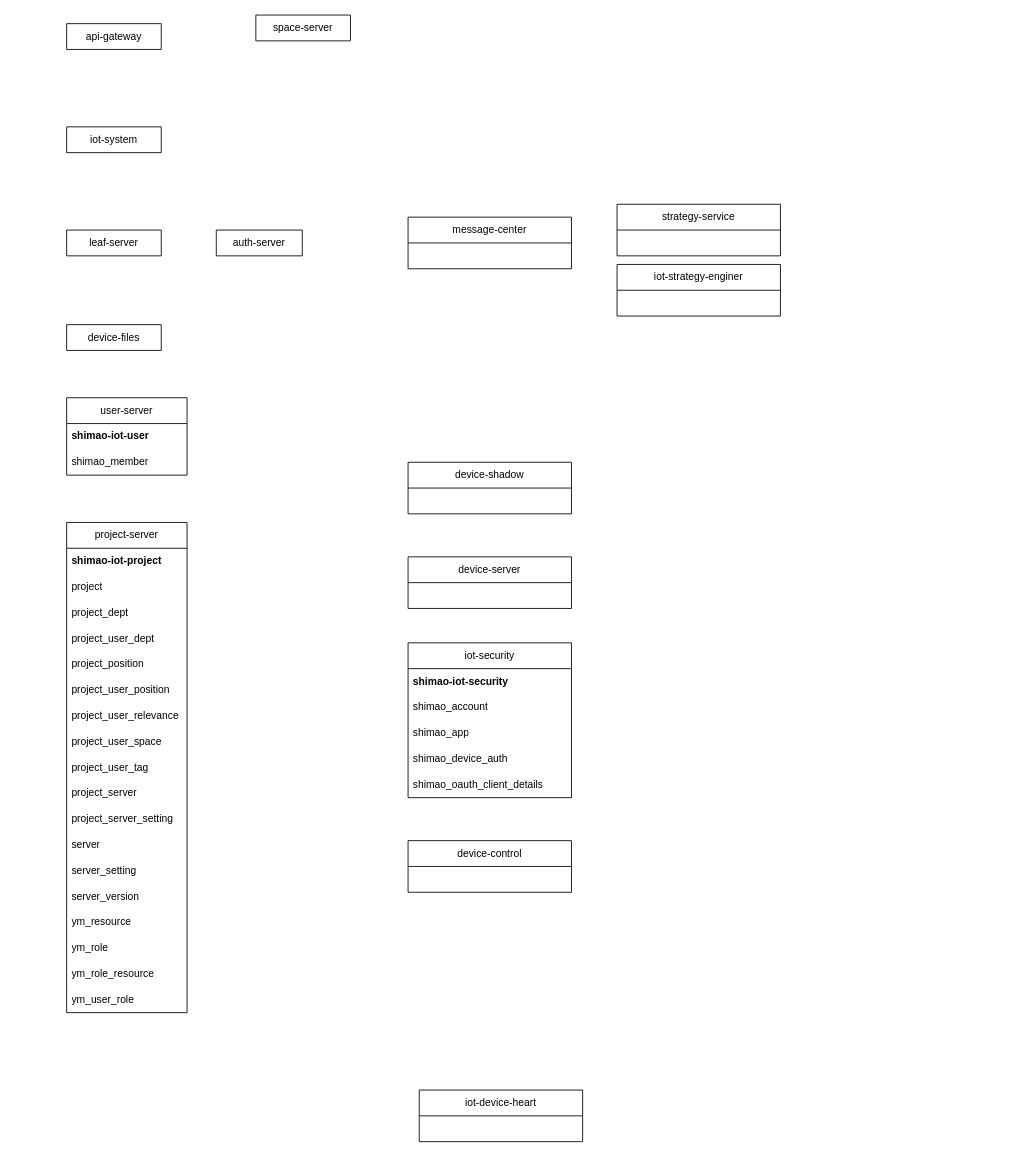
This is yzs/IOT服务精简.drawio from yanglei1992/documents, a draw.io file, before an edit. Source tidied: cells renumbered, new cells numbered last; positions are measured from the earlier drawing's top-left corner, leaving out a move shared by most shapes. Both pictures are drawn from the tidied source at 86%, with x=0, y=0 at pixel (66, 15).
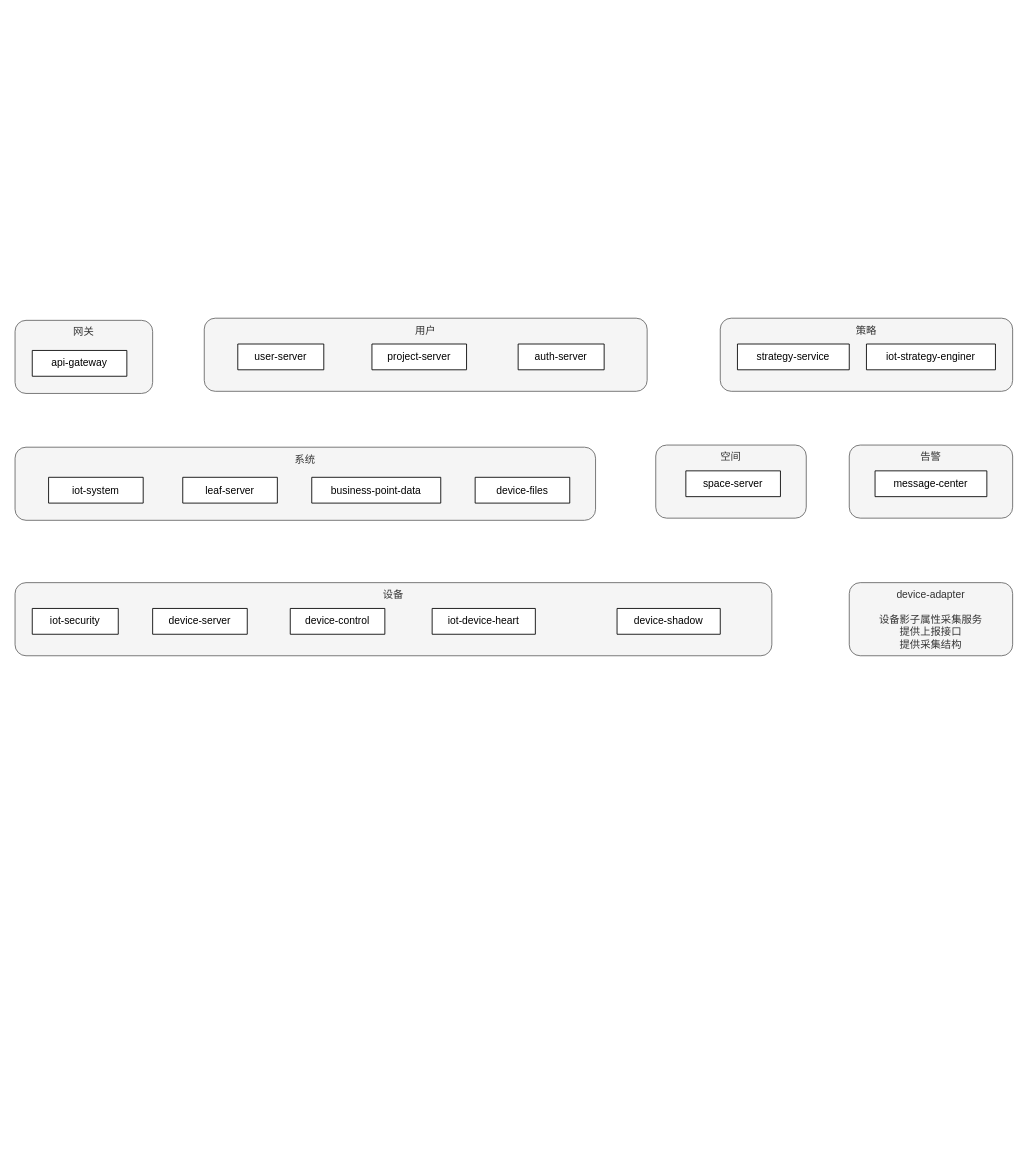
The same diagram, later.

Commit message:
更新IOT服务精简.drawio

The edit, as a diff of the source:
```diff
@@
+    <mxCell id="43" value="空间" style="rounded=1;whiteSpace=wrap;html=1;horizontal=1;verticalAlign=top;fillColor=#f5f5f5;fontColor=#333333;strokeColor=#666666;" parent="1" vertex="1">
+      <mxGeometry x="685" y="500" width="175" height="85" as="geometry" />
+    </mxCell>
+    <mxCell id="44" value="用户" style="rounded=1;whiteSpace=wrap;html=1;horizontal=1;verticalAlign=top;fillColor=#f5f5f5;fontColor=#333333;strokeColor=#666666;" parent="1" vertex="1">
+      <mxGeometry x="160" y="352.5" width="515" height="85" as="geometry" />
+    </mxCell>
+    <mxCell id="45" value="设备" style="rounded=1;whiteSpace=wrap;html=1;horizontal=1;verticalAlign=top;fillColor=#f5f5f5;fontColor=#333333;strokeColor=#666666;" parent="1" vertex="1">
+      <mxGeometry x="-60" y="660" width="880" height="85" as="geometry" />
+    </mxCell>
+    <mxCell id="46" value="策略" style="rounded=1;whiteSpace=wrap;html=1;horizontal=1;verticalAlign=top;fillColor=#f5f5f5;fontColor=#333333;strokeColor=#666666;" parent="1" vertex="1">
+      <mxGeometry x="760" y="352.5" width="340" height="85" as="geometry" />
+    </mxCell>
+    <mxCell id="47" value="告警" style="rounded=1;whiteSpace=wrap;html=1;horizontal=1;verticalAlign=top;fillColor=#f5f5f5;fontColor=#333333;strokeColor=#666666;" parent="1" vertex="1">
+      <mxGeometry x="910" y="500" width="190" height="85" as="geometry" />
+    </mxCell>
+    <mxCell id="48" value="系统" style="rounded=1;whiteSpace=wrap;html=1;horizontal=1;verticalAlign=top;fillColor=#f5f5f5;fontColor=#333333;strokeColor=#666666;" parent="1" vertex="1">
+      <mxGeometry x="-60" y="502.5" width="675" height="85" as="geometry" />
+    </mxCell>
+    <mxCell id="49" value="网关" style="rounded=1;whiteSpace=wrap;html=1;horizontal=1;verticalAlign=top;fillColor=#f5f5f5;fontColor=#333333;strokeColor=#666666;" parent="1" vertex="1">
+      <mxGeometry x="-60" y="355" width="160" height="85" as="geometry" />
+    </mxCell>
     <mxCell id="2" value="space-server" style="swimlane;fontStyle=0;horizontal=1;startSize=30;whiteSpace=wrap;html=1;" parent="1" vertex="1" collapsed="1">
-      <mxGeometry x="220" width="110" height="30" as="geometry" />
+      <mxGeometry x="720" y="530" width="110" height="30" as="geometry" />
     </mxCell>
     <mxCell id="3" value="api-gateway" style="swimlane;fontStyle=0;horizontal=1;startSize=30;whiteSpace=wrap;html=1;" parent="1" vertex="1" collapsed="1">
-      <mxGeometry y="10" width="110" height="30" as="geometry" />
+      <mxGeometry x="-40" y="390" width="110" height="30" as="geometry" />
     </mxCell>
     <mxCell id="4" value="iot-system" style="swimlane;fontStyle=0;horizontal=1;startSize=30;whiteSpace=wrap;html=1;" parent="1" vertex="1" collapsed="1">
-      <mxGeometry y="130" width="110" height="30" as="geometry" />
+      <mxGeometry x="-21" y="537.5" width="110" height="30" as="geometry" />
     </mxCell>
     <mxCell id="5" value="leaf-server" style="swimlane;fontStyle=0;horizontal=1;startSize=30;whiteSpace=wrap;html=1;" parent="1" vertex="1" collapsed="1">
-      <mxGeometry y="250" width="110" height="30" as="geometry" />
+      <mxGeometry x="135" y="537.5" width="110" height="30" as="geometry" />
     </mxCell>
     <mxCell id="6" value="device-files" style="swimlane;fontStyle=0;horizontal=1;startSize=30;whiteSpace=wrap;html=1;" parent="1" vertex="1" collapsed="1">
-      <mxGeometry y="360" width="110" height="30" as="geometry" />
+      <mxGeometry x="475" y="537.5" width="110" height="30" as="geometry" />
     </mxCell>
-    <mxCell id="7" value="device-server" style="swimlane;fontStyle=0;horizontal=1;startSize=30;whiteSpace=wrap;html=1;" parent="1" vertex="1">
-      <mxGeometry x="397" y="630" width="190" height="60" as="geometry" />
+    <mxCell id="7" value="device-server" style="swimlane;fontStyle=0;horizontal=1;startSize=30;whiteSpace=wrap;html=1;" parent="1" vertex="1" collapsed="1">
+      <mxGeometry x="100" y="690" width="110" height="30" as="geometry" />
     </mxCell>
-    <mxCell id="8" value="device-shadow" style="swimlane;fontStyle=0;horizontal=1;startSize=30;whiteSpace=wrap;html=1;" parent="1" vertex="1">
-      <mxGeometry x="397" y="520" width="190" height="60" as="geometry" />
-    </mxCell>
-    <mxCell id="9" value="device-control" style="swimlane;fontStyle=0;horizontal=1;startSize=30;whiteSpace=wrap;html=1;" parent="1" vertex="1">
-      <mxGeometry x="397" y="960" width="190" height="60" as="geometry" />
+    <mxCell id="9" value="device-control" style="swimlane;fontStyle=0;horizontal=1;startSize=30;whiteSpace=wrap;html=1;" parent="1" vertex="1" collapsed="1">
+      <mxGeometry x="260" y="690" width="110" height="30" as="geometry" />
     </mxCell>
-    <mxCell id="10" value="message-center" style="swimlane;fontStyle=0;horizontal=1;startSize=30;whiteSpace=wrap;html=1;" parent="1" vertex="1">
-      <mxGeometry x="397" y="235" width="190" height="60" as="geometry" />
-    </mxCell>
-    <mxCell id="11" value="iot-device-heart" style="swimlane;fontStyle=0;horizontal=1;startSize=30;whiteSpace=wrap;html=1;" parent="1" vertex="1">
-      <mxGeometry x="410" y="1250" width="190" height="60" as="geometry" />
-    </mxCell>
-    <mxCell id="12" value="iot-strategy-enginer" style="swimlane;fontStyle=0;horizontal=1;startSize=30;whiteSpace=wrap;html=1;" parent="1" vertex="1">
-      <mxGeometry x="640" y="290" width="190" height="60" as="geometry" />
+    <mxCell id="12" value="iot-strategy-enginer" style="swimlane;fontStyle=0;horizontal=1;startSize=30;whiteSpace=wrap;html=1;" parent="1" vertex="1" collapsed="1">
+      <mxGeometry x="930" y="382.5" width="150" height="30" as="geometry" />
     </mxCell>
-    <mxCell id="13" value="strategy-service" style="swimlane;fontStyle=0;horizontal=1;startSize=30;whiteSpace=wrap;html=1;" parent="1" vertex="1">
-      <mxGeometry x="640" y="220" width="190" height="60" as="geometry" />
-    </mxCell>
-    <mxCell id="14" value="user-server" style="swimlane;fontStyle=0;horizontal=1;startSize=30;whiteSpace=wrap;html=1;" parent="1" vertex="1">
-      <mxGeometry y="445" width="140" height="90" as="geometry" />
+    <mxCell id="14" value="user-server" style="swimlane;fontStyle=0;horizontal=1;startSize=30;whiteSpace=wrap;html=1;" parent="1" vertex="1" collapsed="1">
+      <mxGeometry x="199" y="382.5" width="100" height="30" as="geometry" />
     </mxCell>
-    <mxCell id="15" value="shimao-iot-user" style="text;strokeColor=none;fillColor=none;align=left;verticalAlign=middle;spacingLeft=4;spacingRight=4;overflow=hidden;whiteSpace=wrap;html=1;fontStyle=1;" parent="14" vertex="1">
-      <mxGeometry y="30" width="140" height="30" as="geometry" />
-    </mxCell>
-    <mxCell id="16" value="shimao_member" style="text;strokeColor=none;fillColor=none;align=left;verticalAlign=middle;spacingLeft=4;spacingRight=4;overflow=hidden;whiteSpace=wrap;html=1;" parent="14" vertex="1">
-      <mxGeometry y="60" width="140" height="30" as="geometry" />
-    </mxCell>
-    <mxCell id="17" value="project-server" style="swimlane;fontStyle=0;horizontal=1;startSize=30;whiteSpace=wrap;html=1;" parent="1" vertex="1">
-      <mxGeometry y="590" width="140" height="570" as="geometry" />
+    <mxCell id="17" value="project-server" style="swimlane;fontStyle=0;horizontal=1;startSize=30;whiteSpace=wrap;html=1;rounded=0;shadow=0;labelBackgroundColor=default;separatorColor=#FFFFFF;" parent="1" vertex="1" collapsed="1">
+      <mxGeometry x="355" y="382.5" width="110" height="30" as="geometry" />
     </mxCell>
-    <mxCell id="18" value="shimao-iot-project" style="text;strokeColor=none;fillColor=none;align=left;verticalAlign=middle;spacingLeft=4;spacingRight=4;overflow=hidden;whiteSpace=wrap;html=1;fontStyle=1;" parent="17" vertex="1">
-      <mxGeometry y="30" width="140" height="30" as="geometry" />
-    </mxCell>
-    <mxCell id="19" value="project" style="text;strokeColor=none;fillColor=none;align=left;verticalAlign=middle;spacingLeft=4;spacingRight=4;overflow=hidden;whiteSpace=wrap;html=1;" parent="17" vertex="1">
-      <mxGeometry y="60" width="140" height="30" as="geometry" />
-    </mxCell>
-    <mxCell id="20" value="project_dept" style="text;strokeColor=none;fillColor=none;align=left;verticalAlign=middle;spacingLeft=4;spacingRight=4;overflow=hidden;whiteSpace=wrap;html=1;" parent="17" vertex="1">
-      <mxGeometry y="90" width="140" height="30" as="geometry" />
-    </mxCell>
-    <mxCell id="21" value="project_user_dept" style="text;strokeColor=none;fillColor=none;align=left;verticalAlign=middle;spacingLeft=4;spacingRight=4;overflow=hidden;whiteSpace=wrap;html=1;" parent="17" vertex="1">
-      <mxGeometry y="120" width="140" height="30" as="geometry" />
-    </mxCell>
-    <mxCell id="22" value="project_position" style="text;strokeColor=none;fillColor=none;align=left;verticalAlign=middle;spacingLeft=4;spacingRight=4;overflow=hidden;whiteSpace=wrap;html=1;" parent="17" vertex="1">
-      <mxGeometry y="150" width="140" height="30" as="geometry" />
-    </mxCell>
-    <mxCell id="23" value="project_user_position" style="text;strokeColor=none;fillColor=none;align=left;verticalAlign=middle;spacingLeft=4;spacingRight=4;overflow=hidden;whiteSpace=wrap;html=1;" parent="17" vertex="1">
-      <mxGeometry y="180" width="140" height="30" as="geometry" />
-    </mxCell>
-    <mxCell id="24" value="project_user_relevance" style="text;strokeColor=none;fillColor=none;align=left;verticalAlign=middle;spacingLeft=4;spacingRight=4;overflow=hidden;whiteSpace=wrap;html=1;" parent="17" vertex="1">
-      <mxGeometry y="210" width="140" height="30" as="geometry" />
-    </mxCell>
-    <mxCell id="25" value="project_user_space" style="text;strokeColor=none;fillColor=none;align=left;verticalAlign=middle;spacingLeft=4;spacingRight=4;overflow=hidden;whiteSpace=wrap;html=1;" parent="17" vertex="1">
-      <mxGeometry y="240" width="140" height="30" as="geometry" />
-    </mxCell>
-    <mxCell id="26" value="project_user_tag" style="text;strokeColor=none;fillColor=none;align=left;verticalAlign=middle;spacingLeft=4;spacingRight=4;overflow=hidden;whiteSpace=wrap;html=1;" parent="17" vertex="1">
-      <mxGeometry y="270" width="140" height="30" as="geometry" />
-    </mxCell>
-    <mxCell id="27" value="project_server" style="text;strokeColor=none;fillColor=none;align=left;verticalAlign=middle;spacingLeft=4;spacingRight=4;overflow=hidden;whiteSpace=wrap;html=1;" parent="17" vertex="1">
-      <mxGeometry y="300" width="140" height="30" as="geometry" />
-    </mxCell>
-    <mxCell id="28" value="project_server_setting" style="text;strokeColor=none;fillColor=none;align=left;verticalAlign=middle;spacingLeft=4;spacingRight=4;overflow=hidden;whiteSpace=wrap;html=1;" parent="17" vertex="1">
-      <mxGeometry y="330" width="140" height="30" as="geometry" />
-    </mxCell>
-    <mxCell id="29" value="server" style="text;strokeColor=none;fillColor=none;align=left;verticalAlign=middle;spacingLeft=4;spacingRight=4;overflow=hidden;whiteSpace=wrap;html=1;" parent="17" vertex="1">
-      <mxGeometry y="360" width="140" height="30" as="geometry" />
-    </mxCell>
-    <mxCell id="30" value="server_setting" style="text;strokeColor=none;fillColor=none;align=left;verticalAlign=middle;spacingLeft=4;spacingRight=4;overflow=hidden;whiteSpace=wrap;html=1;" parent="17" vertex="1">
-      <mxGeometry y="390" width="140" height="30" as="geometry" />
-    </mxCell>
-    <mxCell id="31" value="server_version" style="text;strokeColor=none;fillColor=none;align=left;verticalAlign=middle;spacingLeft=4;spacingRight=4;overflow=hidden;whiteSpace=wrap;html=1;" parent="17" vertex="1">
-      <mxGeometry y="420" width="140" height="30" as="geometry" />
-    </mxCell>
-    <mxCell id="32" value="ym_resource" style="text;strokeColor=none;fillColor=none;align=left;verticalAlign=middle;spacingLeft=4;spacingRight=4;overflow=hidden;whiteSpace=wrap;html=1;" parent="17" vertex="1">
-      <mxGeometry y="450" width="140" height="30" as="geometry" />
-    </mxCell>
-    <mxCell id="33" value="ym_role" style="text;strokeColor=none;fillColor=none;align=left;verticalAlign=middle;spacingLeft=4;spacingRight=4;overflow=hidden;whiteSpace=wrap;html=1;" parent="17" vertex="1">
-      <mxGeometry y="480" width="140" height="30" as="geometry" />
-    </mxCell>
-    <mxCell id="34" value="ym_role_resource" style="text;strokeColor=none;fillColor=none;align=left;verticalAlign=middle;spacingLeft=4;spacingRight=4;overflow=hidden;whiteSpace=wrap;html=1;" parent="17" vertex="1">
-      <mxGeometry y="510" width="140" height="30" as="geometry" />
-    </mxCell>
-    <mxCell id="35" value="ym_user_role" style="text;strokeColor=none;fillColor=none;align=left;verticalAlign=middle;spacingLeft=4;spacingRight=4;overflow=hidden;whiteSpace=wrap;html=1;" parent="17" vertex="1">
-      <mxGeometry y="540" width="140" height="30" as="geometry" />
-    </mxCell>
     <mxCell id="36" value="auth-server" style="swimlane;fontStyle=0;horizontal=1;startSize=30;whiteSpace=wrap;html=1;" parent="1" vertex="1" collapsed="1">
-      <mxGeometry x="174" y="250" width="100" height="30" as="geometry" />
+      <mxGeometry x="525" y="382.5" width="100" height="30" as="geometry" />
     </mxCell>
-    <mxCell id="37" value="iot-security" style="swimlane;fontStyle=0;horizontal=1;startSize=30;whiteSpace=wrap;html=1;" parent="1" vertex="1">
-      <mxGeometry x="397" y="730" width="190" height="180" as="geometry" />
+    <mxCell id="37" value="iot-security" style="swimlane;fontStyle=0;horizontal=1;startSize=30;whiteSpace=wrap;html=1;" parent="1" vertex="1" collapsed="1">
+      <mxGeometry x="-40" y="690" width="100" height="30" as="geometry" />
     </mxCell>
-    <mxCell id="38" value="shimao-iot-security" style="text;strokeColor=none;fillColor=none;align=left;verticalAlign=middle;spacingLeft=4;spacingRight=4;overflow=hidden;whiteSpace=wrap;html=1;fontStyle=1;" parent="37" vertex="1">
-      <mxGeometry y="30" width="190" height="30" as="geometry" />
-    </mxCell>
-    <mxCell id="39" value="shimao_account" style="text;strokeColor=none;fillColor=none;align=left;verticalAlign=middle;spacingLeft=4;spacingRight=4;overflow=hidden;whiteSpace=wrap;html=1;" parent="37" vertex="1">
-      <mxGeometry y="60" width="190" height="30" as="geometry" />
-    </mxCell>
-    <mxCell id="40" value="shimao_app" style="text;strokeColor=none;fillColor=none;align=left;verticalAlign=middle;spacingLeft=4;spacingRight=4;overflow=hidden;whiteSpace=wrap;html=1;" parent="37" vertex="1">
-      <mxGeometry y="90" width="190" height="30" as="geometry" />
-    </mxCell>
-    <mxCell id="41" value="shimao_device_auth" style="text;strokeColor=none;fillColor=none;align=left;verticalAlign=middle;spacingLeft=4;spacingRight=4;overflow=hidden;whiteSpace=wrap;html=1;" parent="37" vertex="1">
-      <mxGeometry y="120" width="190" height="30" as="geometry" />
-    </mxCell>
-    <mxCell id="42" value="shimao_oauth_client_details" style="text;strokeColor=none;fillColor=none;align=left;verticalAlign=middle;spacingLeft=4;spacingRight=4;overflow=hidden;whiteSpace=wrap;html=1;" parent="37" vertex="1">
-      <mxGeometry y="150" width="190" height="30" as="geometry" />
-    </mxCell>
+    <mxCell id="11" value="iot-device-heart" style="swimlane;fontStyle=0;horizontal=1;startSize=30;whiteSpace=wrap;html=1;" parent="1" vertex="1" collapsed="1">
+      <mxGeometry x="425" y="690" width="120" height="30" as="geometry" />
+    </mxCell>
+    <mxCell id="8" value="device-shadow" style="swimlane;fontStyle=0;horizontal=1;startSize=30;whiteSpace=wrap;html=1;" parent="1" vertex="1" collapsed="1">
+      <mxGeometry x="640" y="690" width="120" height="30" as="geometry" />
+    </mxCell>
+    <mxCell id="13" value="strategy-service" style="swimlane;fontStyle=0;horizontal=1;startSize=30;whiteSpace=wrap;html=1;" parent="1" vertex="1" collapsed="1">
+      <mxGeometry x="780" y="382.5" width="130" height="30" as="geometry" />
+    </mxCell>
+    <mxCell id="10" value="message-center" style="swimlane;fontStyle=0;horizontal=1;startSize=30;whiteSpace=wrap;html=1;" parent="1" vertex="1" collapsed="1">
+      <mxGeometry x="940" y="530" width="130" height="30" as="geometry" />
+    </mxCell>
+    <mxCell id="50" value="business-point-data" style="swimlane;fontStyle=0;horizontal=1;startSize=30;whiteSpace=wrap;html=1;" parent="1" vertex="1" collapsed="1">
+      <mxGeometry x="285" y="537.5" width="150" height="30" as="geometry" />
+    </mxCell>
+    <mxCell id="51" value="device-adapter&lt;br&gt;&lt;br&gt;设备影子属性采集服务&lt;br&gt;提供上报接口&lt;br&gt;提供采集结构" style="rounded=1;whiteSpace=wrap;html=1;horizontal=1;verticalAlign=top;fillColor=#f5f5f5;fontColor=#333333;strokeColor=#666666;" parent="1" vertex="1">
+      <mxGeometry x="910" y="660" width="190" height="85" as="geometry" />
+    </mxCell>
```
